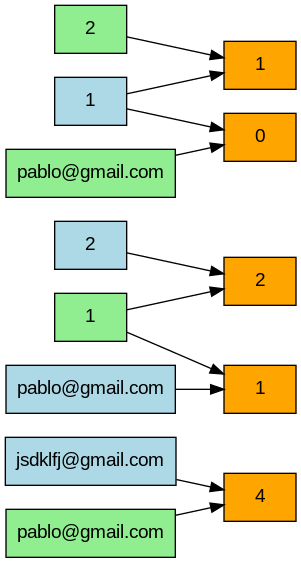
Earlier version of the Graphviz export Fase1/reporte_relaciones/Relations_report.png (Pablo-Ortiz502/EDD-1S2025_202200231). Its source is kept beside it as Fase1/reporte_relaciones/Relations_report.dot. Its diagram source:
```dot
digraph G {
  rankdir=LR;
  node [shape=box style=filled fontname="Arial"];
  "C2" [label="jsdklfj@gmail.com" fillcolor=lightblue];
  "C52" [label="2" fillcolor=lightblue];
  "C50" [label="1" fillcolor=lightblue];
  "C51" [label="pablo@gmail.com" fillcolor=lightblue];
  "R1" [label="pablo@gmail.com" fillcolor=lightgreen];
  "R50" [label="1" fillcolor=lightgreen];
  "R52" [label="2" fillcolor=lightgreen];
  "R51" [label="pablo@gmail.com" fillcolor=lightgreen];
  "N1_2" [label="4" fillcolor=orange];
  "R1" -> "N1_2";
  "C2" -> "N1_2";
  "N50_51" [label="1" fillcolor=orange];
  "R50" -> "N50_51";
  "C51" -> "N50_51";
  "N50_52" [label="2" fillcolor=orange];
  "R50" -> "N50_52";
  "C52" -> "N50_52";
  "N52_50" [label="1" fillcolor=orange];
  "R52" -> "N52_50";
  "C50" -> "N52_50";
  "N51_50" [label="0" fillcolor=orange];
  "R51" -> "N51_50";
  "C50" -> "N51_50";
}
```
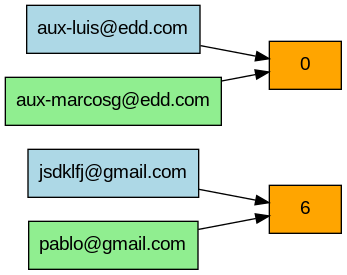
Later version of the same file.

The edit, as a diff of the source:
```diff
@@ -2,26 +2,13 @@
   rankdir=LR;
   node [shape=box style=filled fontname="Arial"];
   "C2" [label="jsdklfj@gmail.com" fillcolor=lightblue];
-  "C52" [label="2" fillcolor=lightblue];
-  "C50" [label="1" fillcolor=lightblue];
-  "C51" [label="pablo@gmail.com" fillcolor=lightblue];
+  "C1" [label="aux-luis@edd.com" fillcolor=lightblue];
   "R1" [label="pablo@gmail.com" fillcolor=lightgreen];
-  "R50" [label="1" fillcolor=lightgreen];
-  "R52" [label="2" fillcolor=lightgreen];
-  "R51" [label="pablo@gmail.com" fillcolor=lightgreen];
-  "N1_2" [label="4" fillcolor=orange];
+  "R2" [label="aux-marcosg@edd.com" fillcolor=lightgreen];
+  "N1_2" [label="6" fillcolor=orange];
   "R1" -> "N1_2";
   "C2" -> "N1_2";
-  "N50_51" [label="1" fillcolor=orange];
-  "R50" -> "N50_51";
-  "C51" -> "N50_51";
-  "N50_52" [label="2" fillcolor=orange];
-  "R50" -> "N50_52";
-  "C52" -> "N50_52";
-  "N52_50" [label="1" fillcolor=orange];
-  "R52" -> "N52_50";
-  "C50" -> "N52_50";
-  "N51_50" [label="0" fillcolor=orange];
-  "R51" -> "N51_50";
-  "C50" -> "N51_50";
+  "N2_1" [label="0" fillcolor=orange];
+  "R2" -> "N2_1";
+  "C1" -> "N2_1";
 }
```
